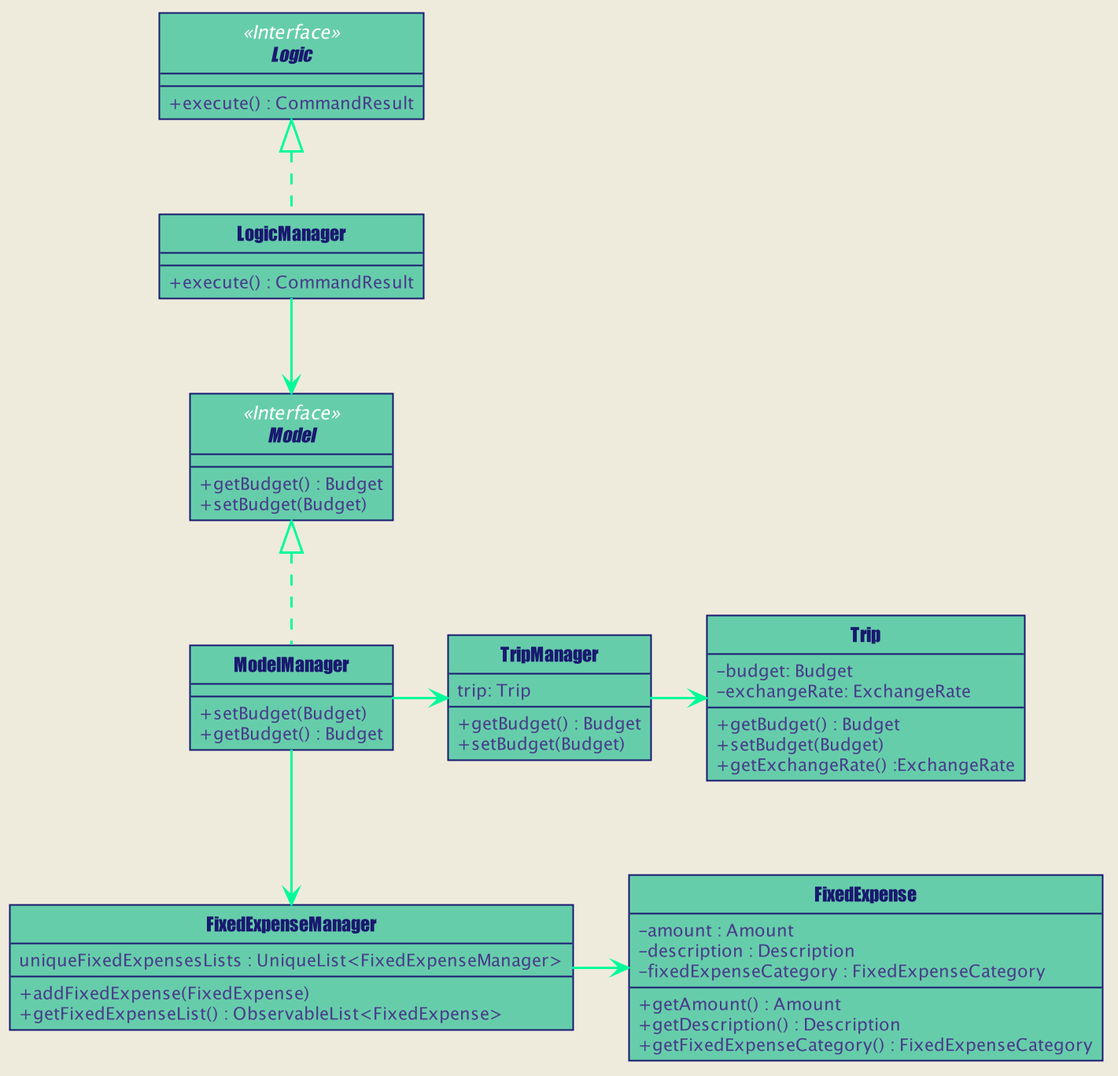
Earlier version of the PlantUML export docs/images/developer-guide/fixed-expense/FixedExpenseClassDiagram.png (zenatrick/main).
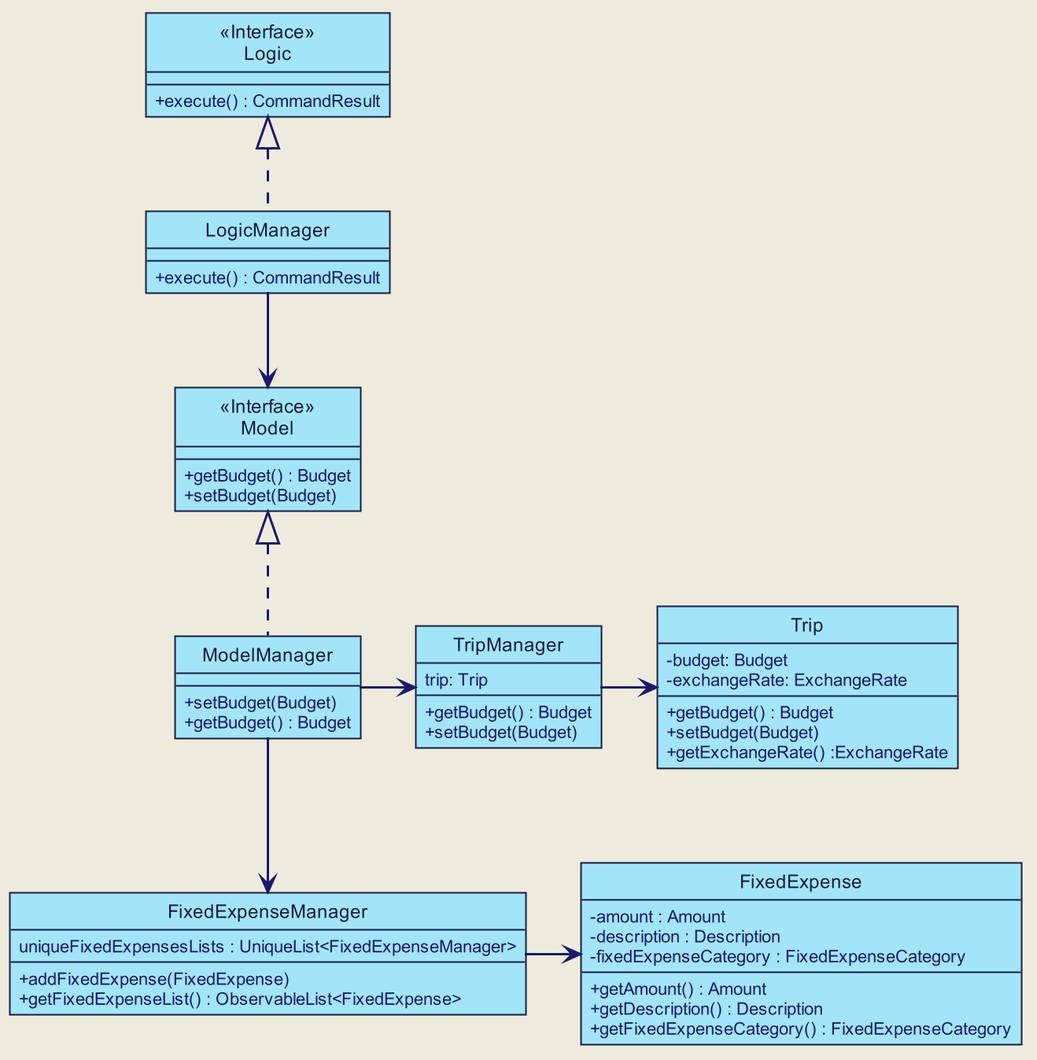
After the change.

The edit, as a diff of the source:
```diff
@@ -6,17 +6,59 @@
 
 
 
+skinparam BackgroundColor #EEEBDC
+skinparam Shadowing false
+skinparam MinClassWidth 50
+skinparam PackageStyle Rectangle
 
+skinparam Default {
+    FontColor #171D40
+    FontName Arial
+    TextAlignment center
+}
 
-skinparam BackgroundColor #FFFFFFF
+skinparam Participant {
+    Padding 10
+    BorderColor #171D40
+}
 
-skinparam Shadowing false
+skinparam Title {
+    FontColor #171D40
+    FontName Arial
+    FontSize 22
+}
+
+skinparam Arrow {
+    Thickness 1.5
+    Color MidNightBlue
+}
+
+skinparam Note {
+    BackgroundColor #C6EAE3
+    FontColor MidNightBlue
+    BorderColor MidNightBlue
+    BorderThickness 2
+}
 
 skinparam Class {
-    FontColor #FFFFFF
     BorderThickness 1
-    BorderColor #FFFFFF
-    StereotypeFontColor #FFFFFF
+    BorderColor #171D40
+    BackgroundColor #A2E5F9
+    AttributeFontColor MidNightBlue
+    AttributeIconSize 0
+    StereotypeFontColor #171D40
+    StereotypeFontStyle normal
+    FontName Arial
+}
+
+skinparam Object {
+    BorderThickness 2
+    BorderColor #171D40
+    BackgroundColor #C6EAE3
+    AttributeFontColor MidNightBlue
+    AttributeIconSize 0
+    StereotypeFontColor #171D40
+    StereotypeFontStyle normal
     FontName Arial
 }
 
@@ -27,43 +69,41 @@
 }
 
 skinparam Sequence {
-    MessageAlign center
-    BoxFontSize 15
+    LifeLineBackgroundColor #C6EAE3
+    LifeLineBorderColor #171D40
+    LifeLineBorderThickness 1.5
+    MessageAlignment center
+    SequenceParticipantBorderThickness 10
+    ReferenceBackgroundColor #C6EAE3
+    ReferenceBorderColor #171D40
+    TitleFontColor #171D40
+    StereotypeFontStyle normal
+    BoxFontSize 22
+    BoxFontName Arial
+    BoxFontStyle normal
     BoxPadding 0
-    BoxFontColor #FFFFFF
-    FontName Arial
+    BoxBorderColor #EEEBDC
 }
 
 skinparam Participant {
-    FontColor #FFFFFFF
     Padding 20
 }
 
-skinparam MinClassWidth 50
-skinparam ParticipantPadding 10
-skinparam Shadowing false
-skinparam DefaultTextAlignment center
-skinparam packageStyle Rectangle
+skinparam Activity {
+    StartColor #171D40
+    EndColor #171D40
+    BorderThickness 1.5
+    BorderColor #171D40
+    BackgroundColor #A2E5F9
+    DiamondBackgroundColor #A2E5F9
+    DiamondBorderColor #171D40
+}
 
 hide footbox
-hide members
 hide circle
-skinparam backgroundColor #EEEBDC
-skinparam arrowThickness 1.5
-skinparam arrowColor MediumSpringGreen
-skinparam classBackgroundColor MediumAquaMarine
-skinparam classAttributeIconSize 0
-skinparam classAttributeFontColor DarkSlateBlue
 
-skinparam Class {
-    FontColor MidnightBlue
-    BorderThickness 1
-    BorderColor MidnightBlue
-    StereotypeFontColor #FFFFFF
-    FontName Impact
-}
 
-Interface Logic <<Interface>> {
+Class Logic <<Interface>> {
 + execute() : CommandResult
 }
 
@@ -82,7 +122,7 @@
 
 
 
-Interface Model <<Interface>> {
+Class Model <<Interface>> {
 + getBudget() : Budget
 + setBudget(Budget)
 }
```
